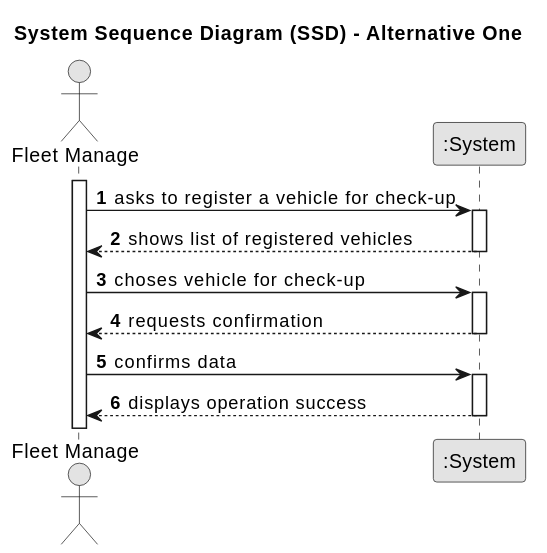
Above: docs/sprintB/us007/01.requirements-engineering/svg/us007-system-sequence-diagram-alternative-one.svg in diogoveirospro/lei-24-s2-1dg-g072 (PlantUML), before the change.
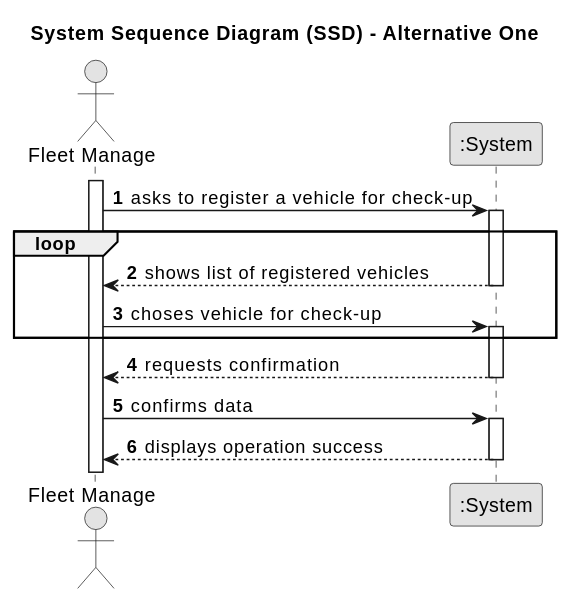
After the change.

Commit message:
Made changes in the US007 SSD

Change to the diagram source:
```diff
@@ -14,13 +14,14 @@
 
     Employee -> System : asks to register a vehicle for check-up
     activate System
+    loop
 
         System --> Employee : shows list of registered vehicles
     deactivate System
 
     Employee -> System : choses vehicle for check-up
     activate System
-
+    end
         System --> Employee : requests confirmation
     deactivate System
 
```
